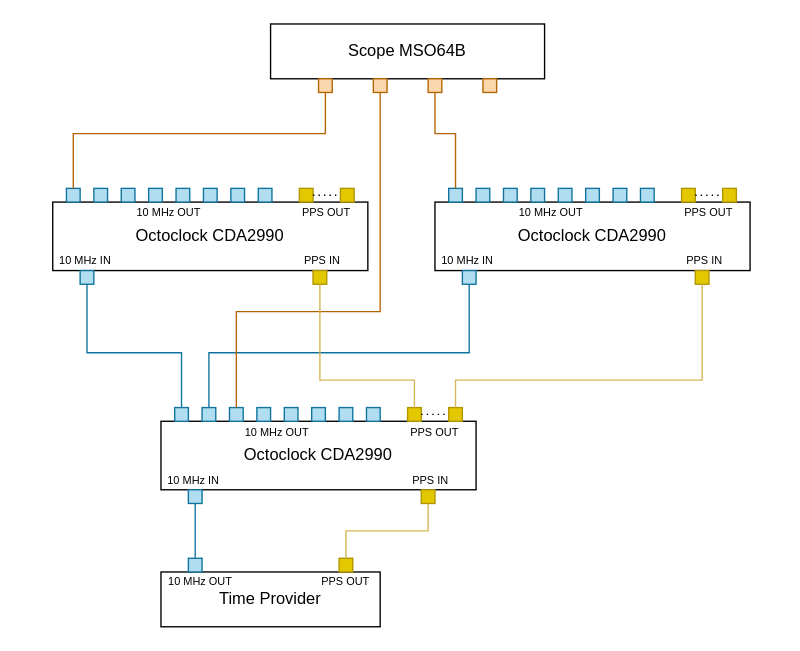
This is 00_calibration/figures/octoclock-time-offset-stability-setup.drawio from techtile-by-dramco/experiments, a draw.io file, before an edit. Source tidied: cells renumbered, new cells numbered last; positions are measured from the earlier drawing's top-left corner, leaving out a move shared by most shapes. Both pictures are drawn from the tidied source at 137%, with x=0, y=0 at pixel (23, 23).
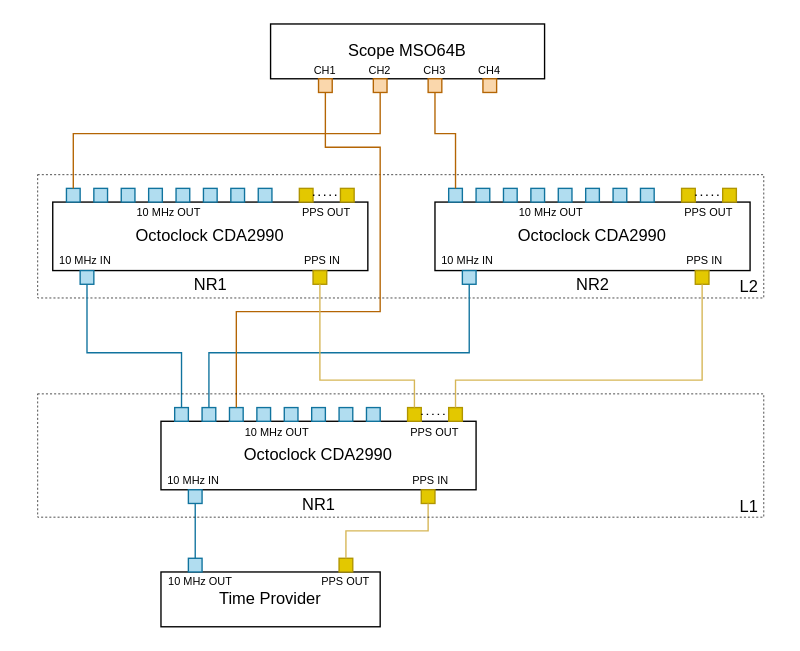
The same diagram, later.

The change refers to these unchanged cells:
```xml
<mxCell id="25" style="rounded=0;whiteSpace=wrap;html=1;strokeWidth=1;fillColor=#b1ddf0;strokeColor=#10739e;" parent="22" vertex="1">
  <mxGeometry x="31" width="10" height="10" as="geometry" />
</mxCell>
<mxCell id="48" style="rounded=0;whiteSpace=wrap;html=1;strokeWidth=1;fillColor=#b1ddf0;strokeColor=#10739e;" parent="42" vertex="1">
  <mxGeometry x="89" y="1" width="10" height="10" as="geometry" />
</mxCell>
<mxCell id="65" style="rounded=0;whiteSpace=wrap;html=1;strokeWidth=1;fillColor=#fad7ac;strokeColor=#b46504;" parent="1" vertex="1">
  <mxGeometry x="215" y="40" width="10" height="10" as="geometry" />
</mxCell>
<mxCell id="67" style="rounded=0;whiteSpace=wrap;html=1;strokeWidth=1;fillColor=#fad7ac;strokeColor=#b46504;" parent="1" vertex="1">
  <mxGeometry x="255" y="40" width="10" height="10" as="geometry" />
</mxCell>
```

What changed in the source:
```diff
@@
     <mxCell id="2" style="group;" parent="1" vertex="1">
-      <mxGeometry x="261" y="120" width="266" height="70" as="geometry" />
+      <mxGeometry x="261" y="120" width="281" height="87" as="geometry" />
     </mxCell>
@@
+    <mxCell id="81" value="&lt;font face=&quot;Helvetica&quot;&gt;NR2&lt;/font&gt;" style="text;whiteSpace=wrap;html=1;fontFamily=Architects Daughter;align=center;" parent="2" vertex="1">
+      <mxGeometry x="133.5" y="57" width="41" height="30" as="geometry" />
+    </mxCell>
+    <mxCell id="82" style="rounded=0;whiteSpace=wrap;html=1;dashed=1;fillColor=none;strokeWidth=0.5;" parent="2" vertex="1">
+      <mxGeometry x="-251" y="-10" width="530" height="90" as="geometry" />
+    </mxCell>
     <mxCell id="22" style="group;" parent="1" vertex="1">
-      <mxGeometry y="120" width="266" height="70" as="geometry" />
+      <mxGeometry y="120" width="266" height="90" as="geometry" />
     </mxCell>
-    <mxCell id="23" value="&lt;div&gt;&lt;span style=&quot;background-color: initial;&quot;&gt;Octoclock CDA2990&lt;/span&gt;&lt;br&gt;&lt;/div&gt;" style="rounded=0;whiteSpace=wrap;html=1;strokeColor=default;strokeWidth=1;" parent="22" vertex="1">
+    <mxCell id="23" value="&lt;div&gt;Octoclock CDA2990&lt;br&gt;&lt;/div&gt;" style="rounded=0;whiteSpace=wrap;html=1;strokeColor=default;strokeWidth=1;" parent="22" vertex="1">
       <mxGeometry x="21" y="10" width="230" height="50" as="geometry" />
     </mxCell>
@@
+    <mxCell id="83" value="&lt;font face=&quot;Helvetica&quot;&gt;NR1&lt;/font&gt;" style="text;whiteSpace=wrap;html=1;fontFamily=Architects Daughter;align=center;" parent="22" vertex="1">
+      <mxGeometry x="115.5" y="57" width="41" height="30" as="geometry" />
+    </mxCell>
     <mxCell id="42" style="group;" parent="1" vertex="1">
-      <mxGeometry x="61" y="279" width="266" height="70" as="geometry" />
+      <mxGeometry x="61" y="279" width="266" height="91" as="geometry" />
     </mxCell>
@@
+    <mxCell id="84" value="&lt;font face=&quot;Helvetica&quot;&gt;NR1&lt;/font&gt;" style="text;whiteSpace=wrap;html=1;fontFamily=Architects Daughter;align=center;" parent="42" vertex="1">
+      <mxGeometry x="133.5" y="58" width="41" height="30" as="geometry" />
+    </mxCell>
@@
-    <mxCell id="70" style="endArrow=none;html=1;rounded=0;fillColor=#fad7ac;strokeColor=#b46504;entryX=0.5;entryY=1;entryDx=0;entryDy=0;exitX=0.5;exitY=0;exitDx=0;exitDy=0;" parent="1" edge="1" source="48" target="67">
+    <mxCell id="70" style="endArrow=none;html=1;rounded=0;fillColor=#fad7ac;strokeColor=#b46504;entryX=0.5;entryY=1;entryDx=0;entryDy=0;exitX=0.5;exitY=0;exitDx=0;exitDy=0;" parent="1" edge="1" source="48" target="65">
       <mxGeometry relative="1" as="geometry">
         <Array as="points">
           <mxPoint x="155" y="210" />
           <mxPoint x="260" y="210" />
+          <mxPoint x="260" y="90" />
+          <mxPoint x="220" y="90" />
         </Array>
       </mxGeometry>
     </mxCell>
-    <mxCell id="71" style="endArrow=none;html=1;rounded=0;fillColor=#fad7ac;strokeColor=#b46504;entryX=0.5;entryY=1;entryDx=0;entryDy=0;exitX=0.5;exitY=0;exitDx=0;exitDy=0;" parent="1" edge="1" source="25" target="65">
+    <mxCell id="71" style="endArrow=none;html=1;rounded=0;fillColor=#fad7ac;strokeColor=#b46504;exitX=0.5;exitY=0;exitDx=0;exitDy=0;entryX=0.5;entryY=1;entryDx=0;entryDy=0;" parent="1" edge="1" source="25" target="67">
       <mxGeometry relative="1" as="geometry">
         <Array as="points">
           <mxPoint x="36" y="80" />
-          <mxPoint x="220" y="80" />
+          <mxPoint x="260" y="80" />
         </Array>
       </mxGeometry>
     </mxCell>
@@
+    <mxCell id="85" value="&lt;font style=&quot;font-size: 8px;&quot;&gt;CH1&lt;/font&gt;" style="text;html=1;align=center;verticalAlign=middle;whiteSpace=wrap;rounded=0;fillColor=none;strokeColor=none;" parent="1" vertex="1">
+      <mxGeometry x="210" y="28" width="20" height="10" as="geometry" />
+    </mxCell>
+    <mxCell id="86" value="&lt;font style=&quot;font-size: 8px;&quot;&gt;CH2&lt;/font&gt;" style="text;html=1;align=center;verticalAlign=middle;whiteSpace=wrap;rounded=0;fillColor=none;strokeColor=none;" parent="1" vertex="1">
+      <mxGeometry x="250" y="28" width="20" height="10" as="geometry" />
+    </mxCell>
+    <mxCell id="87" value="&lt;font style=&quot;font-size: 8px;&quot;&gt;CH3&lt;/font&gt;" style="text;html=1;align=center;verticalAlign=middle;whiteSpace=wrap;rounded=0;fillColor=none;strokeColor=none;" parent="1" vertex="1">
+      <mxGeometry x="290" y="28" width="20" height="10" as="geometry" />
+    </mxCell>
+    <mxCell id="88" value="&lt;font style=&quot;font-size: 8px;&quot;&gt;CH4&lt;/font&gt;" style="text;html=1;align=center;verticalAlign=middle;whiteSpace=wrap;rounded=0;fillColor=none;strokeColor=none;" parent="1" vertex="1">
+      <mxGeometry x="330" y="28" width="20" height="10" as="geometry" />
+    </mxCell>
+    <mxCell id="89" style="rounded=0;whiteSpace=wrap;html=1;dashed=1;fillColor=none;strokeWidth=0.5;" parent="1" vertex="1">
+      <mxGeometry x="10" y="270" width="530" height="90" as="geometry" />
+    </mxCell>
+    <mxCell id="90" value="&lt;font face=&quot;Helvetica&quot;&gt;L2&lt;/font&gt;" style="text;whiteSpace=wrap;html=1;fontFamily=Architects Daughter;align=center;" parent="1" vertex="1">
+      <mxGeometry x="509" y="178" width="41" height="30" as="geometry" />
+    </mxCell>
+    <mxCell id="91" value="&lt;font face=&quot;Helvetica&quot;&gt;L1&lt;/font&gt;" style="text;whiteSpace=wrap;html=1;fontFamily=Architects Daughter;align=center;" parent="1" vertex="1">
+      <mxGeometry x="509" y="339" width="41" height="30" as="geometry" />
+    </mxCell>
```
